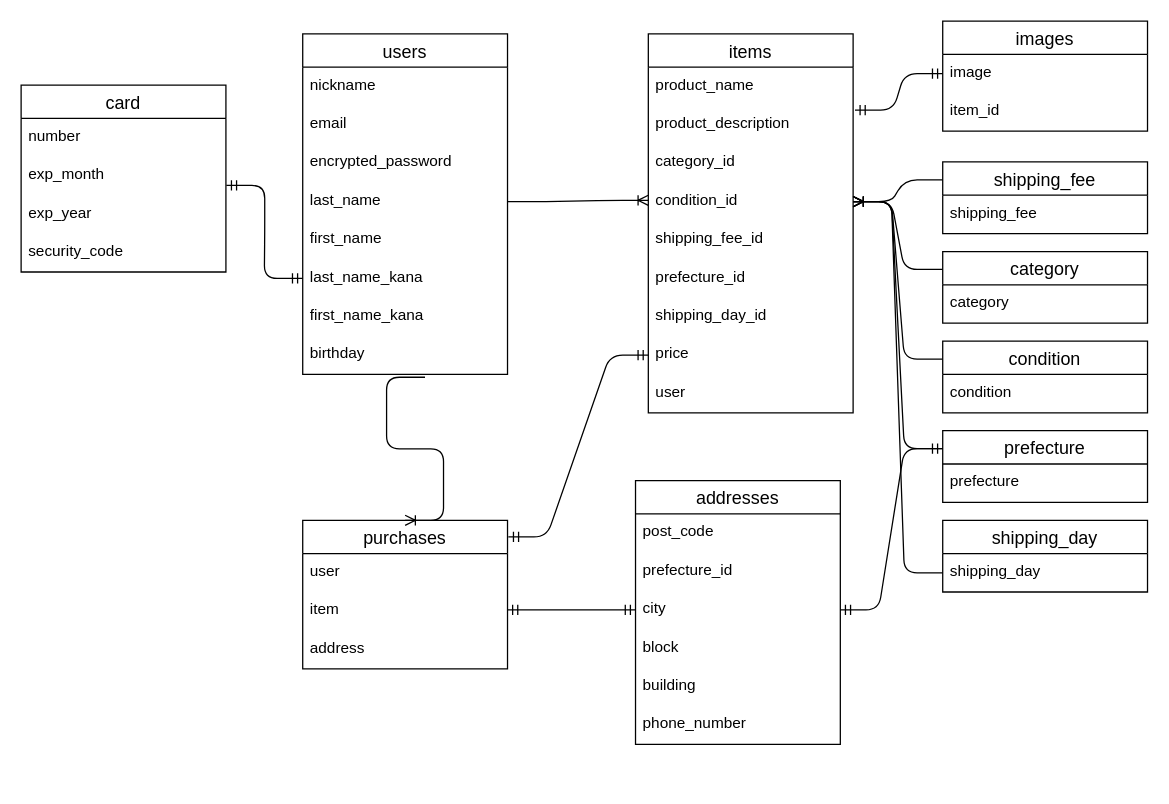
Above: app/views/furima.dio in toshimasaimari/furima-38543 (draw.io), before the change. Source tidied: cells renumbered, new cells numbered last; positions are measured from the earlier drawing's top-left corner, leaving out a move shared by most shapes. Both pictures are drawn from the tidied source at 128%, with x=0, y=0 at pixel (20, 20).
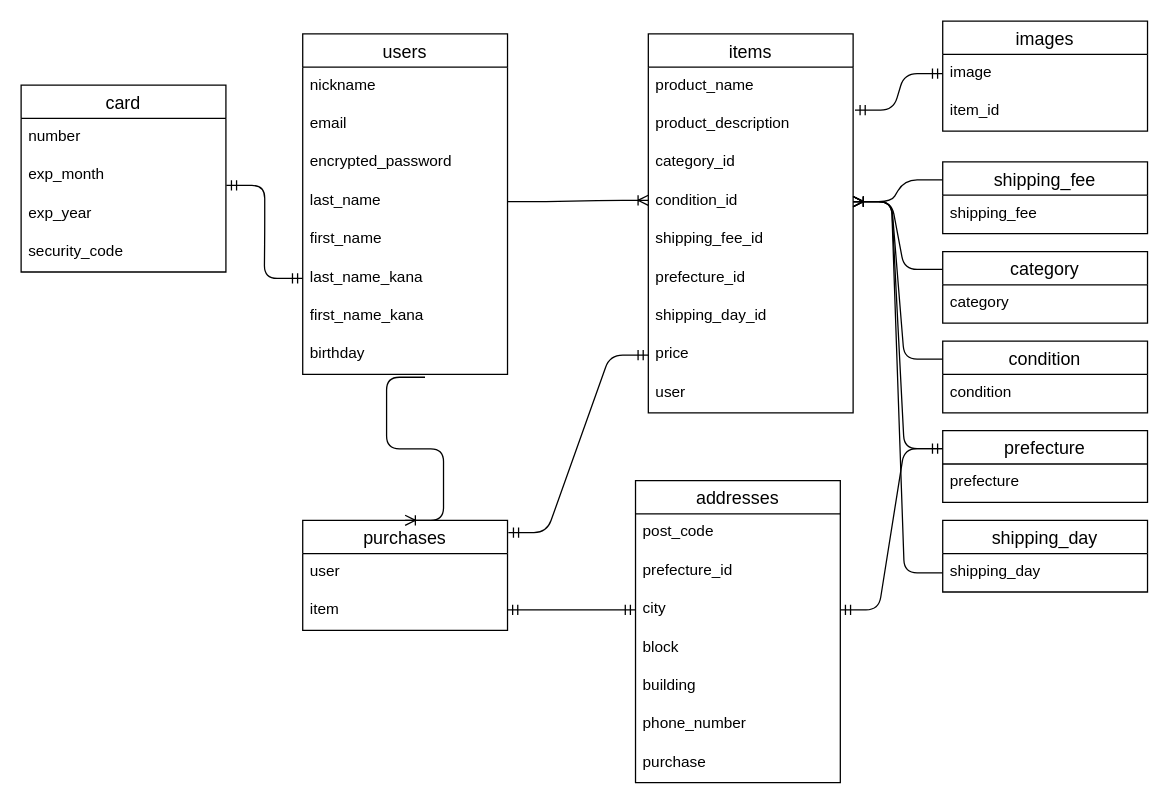
After the change.

Commit message (it also covers changes not shown here):
データベース設計最修正

Change to the diagram source:
```diff
@@
     <mxCell id="36" value="addresses" style="swimlane;fontStyle=0;horizontal=1;startSize=26;align=center;fontSize=14;" parent="1" vertex="1">
-      <mxGeometry x="480" y="359" width="160" height="206" as="geometry" />
+      <mxGeometry x="480" y="359" width="160" height="236" as="geometry" />
     </mxCell>
@@
+    <mxCell id="62" value="purchase" style="text;strokeColor=none;fillColor=none;spacingLeft=4;spacingRight=4;overflow=hidden;fontSize=12;" parent="36" vertex="1">
+      <mxGeometry y="206" width="160" height="30" as="geometry" />
+    </mxCell>
     <mxCell id="43" value="purchases" style="swimlane;fontStyle=0;horizontal=1;startSize=26;align=center;fontSize=14;" parent="1" vertex="1">
-      <mxGeometry x="220" y="390" width="160" height="116" as="geometry" />
+      <mxGeometry x="220" y="390" width="160" height="86" as="geometry" />
     </mxCell>
@@
-    <mxCell id="46" value="address" style="text;strokeColor=none;fillColor=none;spacingLeft=4;spacingRight=4;overflow=hidden;fontSize=12;" parent="43" vertex="1">
-      <mxGeometry y="86" width="160" height="30" as="geometry" />
-    </mxCell>
```
